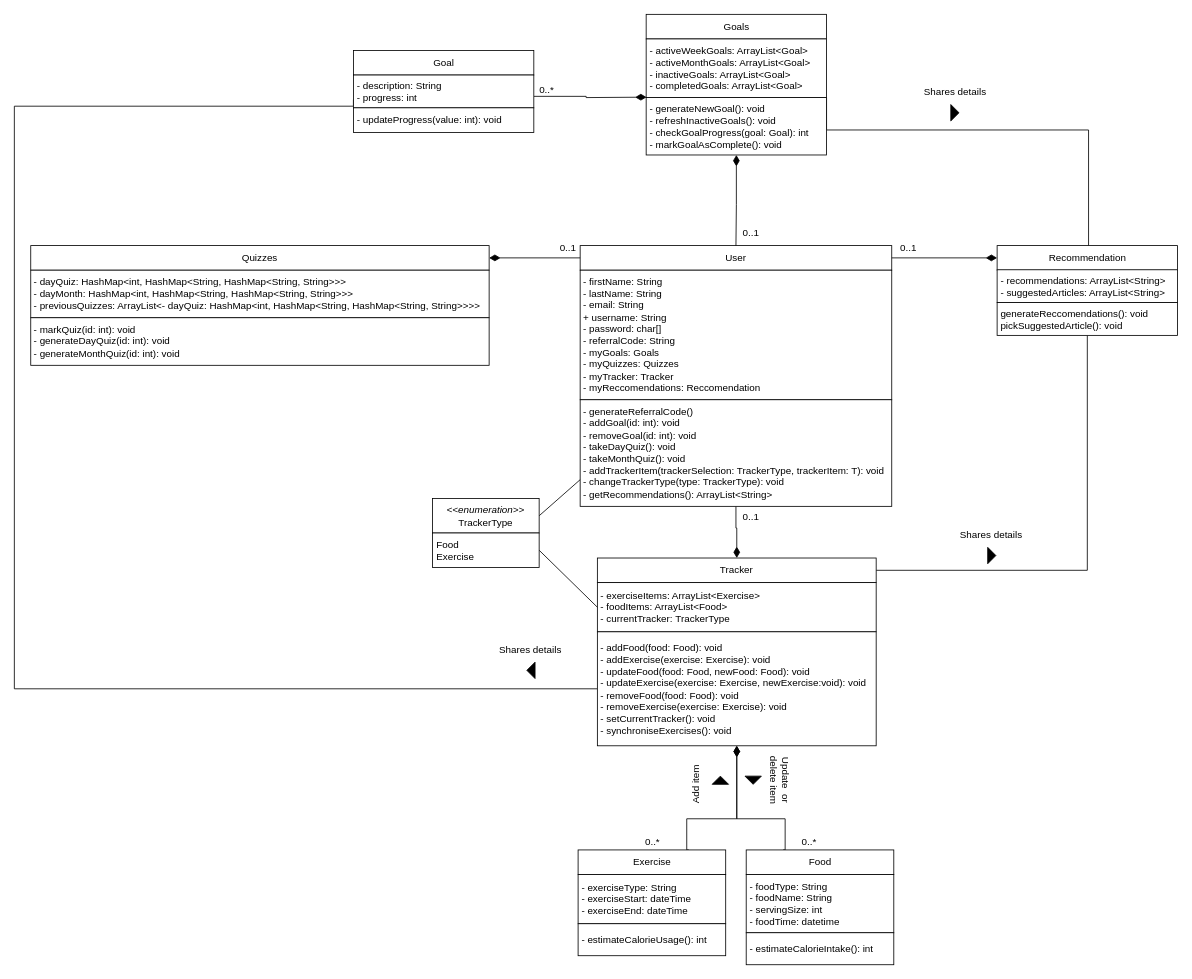
ahammond3aws/DC2SEN keeps this draw.io diagram as Final_class_diagram.drawio. Above is the earlier version. Source tidied: cells renumbered, new cells numbered last; positions are measured from the earlier drawing's top-left corner, leaving out a move shared by most shapes. Both pictures are drawn from the tidied source at 82%, with x=0, y=0 at pixel (14, 14).
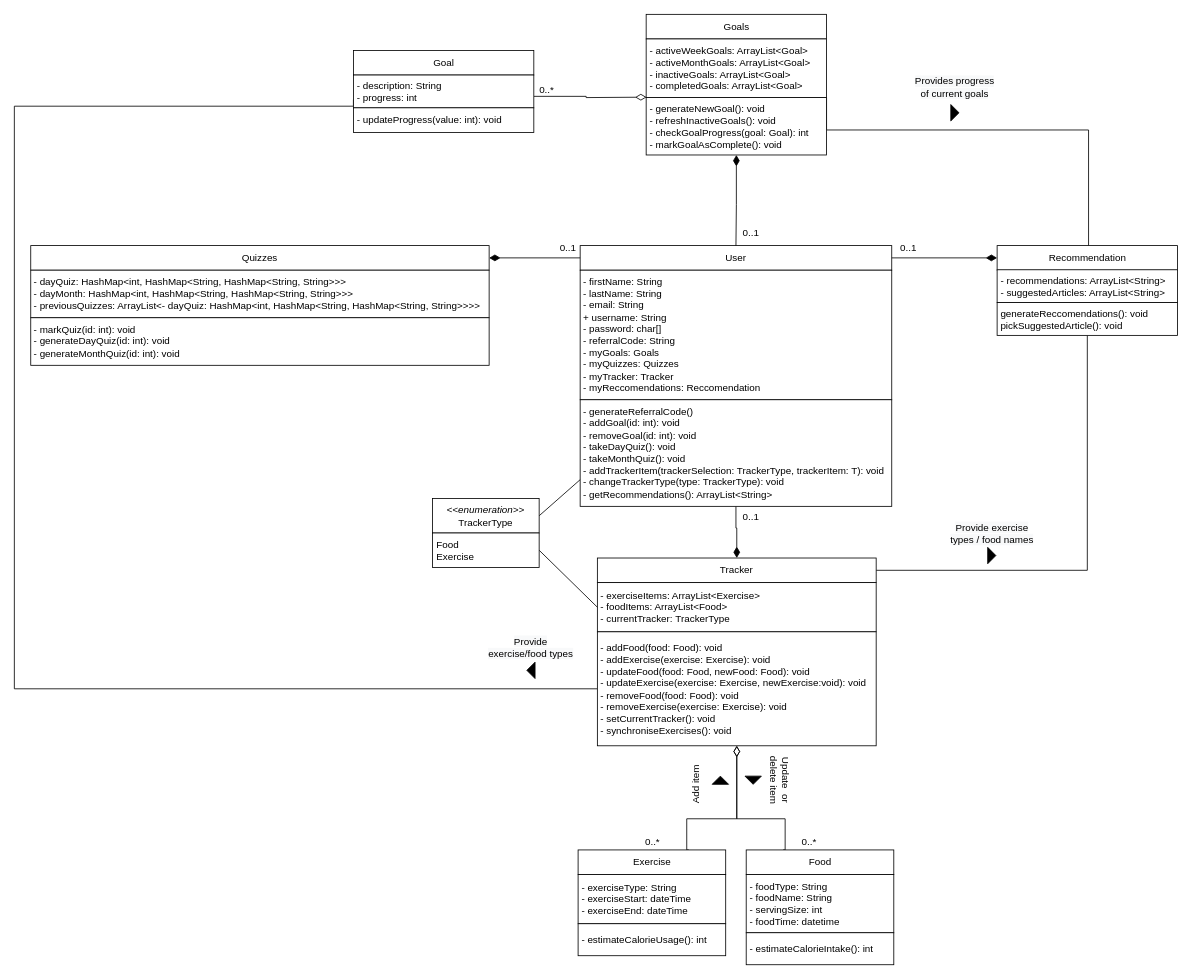
The same diagram, later.

The change refers to these unchanged cells:
```xml
<mxCell id="7" value="Exercise" style="rounded=0;whiteSpace=wrap;html=1;" parent="1" vertex="1">
  <mxGeometry x="687.5" y="1019" width="180" height="30" as="geometry" />
</mxCell>
<mxCell id="9" value="Food" style="rounded=0;whiteSpace=wrap;html=1;" parent="1" vertex="1">
  <mxGeometry x="892.5" y="1019" width="180" height="30" as="geometry" />
</mxCell>
<mxCell id="37" value="- addFood(food: Food): void&lt;br&gt;- addExercise(exercise: Exercise): void&lt;br&gt;- updateFood(food: Food, newFood: Food): void&lt;br&gt;- updateExercise(exercise: Exercise, newExercise:void): void&lt;br&gt;- removeFood(food: Food): void&lt;br&gt;- removeExercise(exercise: Exercise): void&lt;br&gt;- setCurrentTracker(): void&lt;br&gt;- synchroniseExercises(): void" style="rounded=0;whiteSpace=wrap;html=1;align=left;spacingLeft=2;" parent="1" vertex="1">
  <mxGeometry x="711" y="753" width="340" height="139" as="geometry" />
</mxCell>
<mxCell id="52" value="- description: String&lt;br&gt;- progress: int" style="rounded=0;whiteSpace=wrap;html=1;align=left;spacingLeft=2;" parent="1" vertex="1">
  <mxGeometry x="413.5" y="74" width="220" height="40" as="geometry" />
</mxCell>
```

Change to the diagram source:
```diff
@@
-    <mxCell id="6" style="edgeStyle=orthogonalEdgeStyle;rounded=0;jettySize=auto;html=1;endArrow=diamondThin;endFill=1;endSize=11;exitX=0.75;exitY=0;exitDx=0;exitDy=0;" parent="1" edge="1" source="7" target="37">
+    <mxCell id="6" style="edgeStyle=orthogonalEdgeStyle;rounded=0;jettySize=auto;html=1;endArrow=diamondThin;endFill=0;endSize=11;exitX=0.75;exitY=0;exitDx=0;exitDy=0;" parent="1" edge="1" source="7" target="37">
       <mxGeometry relative="1" as="geometry">
         <Array as="points">
           <mxPoint x="820" y="1019" />
           <mxPoint x="820" y="981" />
           <mxPoint x="881" y="981" />
         </Array>
       </mxGeometry>
     </mxCell>
@@
-    <mxCell id="8" style="edgeStyle=orthogonalEdgeStyle;rounded=0;jettySize=auto;html=1;endArrow=diamondThin;endFill=1;startSize=6;endSize=11;exitX=0.25;exitY=0;exitDx=0;exitDy=0;" parent="1" edge="1" source="9" target="37">
+    <mxCell id="8" style="edgeStyle=orthogonalEdgeStyle;rounded=0;jettySize=auto;html=1;endArrow=diamondThin;endFill=0;startSize=6;endSize=11;exitX=0.25;exitY=0;exitDx=0;exitDy=0;" parent="1" edge="1" source="9" target="37">
       <mxGeometry relative="1" as="geometry">
         <Array as="points">
           <mxPoint x="940" y="1019" />
           <mxPoint x="940" y="981" />
           <mxPoint x="881" y="981" />
         </Array>
       </mxGeometry>
     </mxCell>
@@
-    <mxCell id="29" value="Shares details" style="text;html=1;strokeColor=none;fillColor=none;align=center;verticalAlign=middle;whiteSpace=wrap;rounded=0;fontSize=12;" parent="1" vertex="1">
-      <mxGeometry x="1107.5" y="80" width="79" height="30" as="geometry" />
+    <mxCell id="29" value="&lt;span style=&quot;background-color: rgb(248, 249, 250);&quot;&gt;Provides progress of current goals&lt;/span&gt;" style="text;html=1;strokeColor=none;fillColor=none;align=center;verticalAlign=middle;whiteSpace=wrap;rounded=0;fontSize=12;" parent="1" vertex="1">
+      <mxGeometry x="1095.5" y="74" width="101.5" height="30" as="geometry" />
     </mxCell>
-    <mxCell id="30" value="Shares details" style="text;html=1;strokeColor=none;fillColor=none;align=center;verticalAlign=middle;whiteSpace=wrap;rounded=0;fontSize=12;" parent="1" vertex="1">
-      <mxGeometry x="1152" y="620" width="79" height="30" as="geometry" />
+    <mxCell id="30" value="&lt;span style=&quot;background-color: rgb(248, 249, 250);&quot;&gt;Provide exercise types / food names&lt;/span&gt;" style="text;html=1;strokeColor=none;fillColor=none;align=center;verticalAlign=middle;whiteSpace=wrap;rounded=0;fontSize=12;" parent="1" vertex="1">
+      <mxGeometry x="1135.5" y="618" width="113" height="30" as="geometry" />
     </mxCell>
@@
-    <mxCell id="49" style="edgeStyle=orthogonalEdgeStyle;rounded=0;jettySize=auto;html=1;entryX=1.001;entryY=0.65;entryDx=0;entryDy=0;entryPerimeter=0;startArrow=diamondThin;startFill=1;endArrow=none;endFill=0;startSize=11;" parent="1" edge="1" target="52">
+    <mxCell id="49" style="edgeStyle=orthogonalEdgeStyle;rounded=0;jettySize=auto;html=1;entryX=1.001;entryY=0.65;entryDx=0;entryDy=0;entryPerimeter=0;startArrow=diamondThin;startFill=0;endArrow=none;endFill=0;startSize=11;" parent="1" edge="1" target="52">
       <mxGeometry relative="1" as="geometry">
         <mxPoint x="771" y="101" as="sourcePoint" />
       </mxGeometry>
     </mxCell>
@@
-    <mxCell id="56" value="Shares details" style="text;html=1;strokeColor=none;fillColor=none;align=center;verticalAlign=middle;whiteSpace=wrap;rounded=0;fontSize=12;" parent="1" vertex="1">
-      <mxGeometry x="590" y="760" width="79" height="30" as="geometry" />
+    <mxCell id="56" value="&lt;span style=&quot;background-color: rgb(248, 249, 250);&quot;&gt;Provide exercise/food types&lt;/span&gt;" style="text;html=1;strokeColor=none;fillColor=none;align=center;verticalAlign=middle;whiteSpace=wrap;rounded=0;fontSize=12;" parent="1" vertex="1">
+      <mxGeometry x="576" y="757" width="108" height="30" as="geometry" />
     </mxCell>
```
